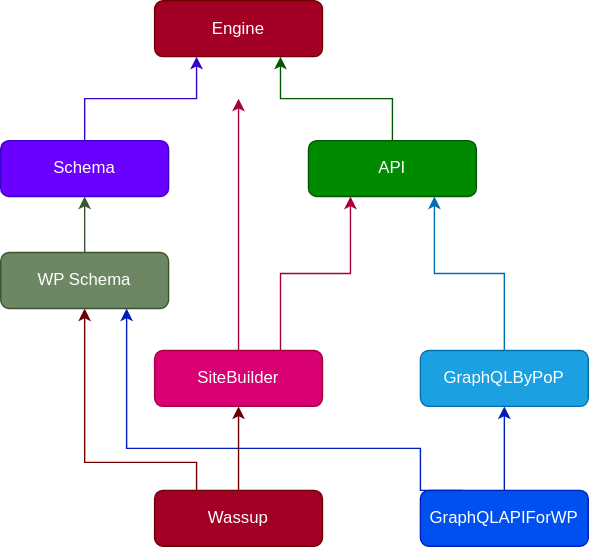
GatoGraphQL/GatoGraphQL keeps this draw.io diagram as assets/img/dependency-graph.svg. Above is the earlier version. Source tidied: cells renumbered, new cells last; positions are measured from the earlier drawing's top-left corner, leaving out a move shared by most shapes.
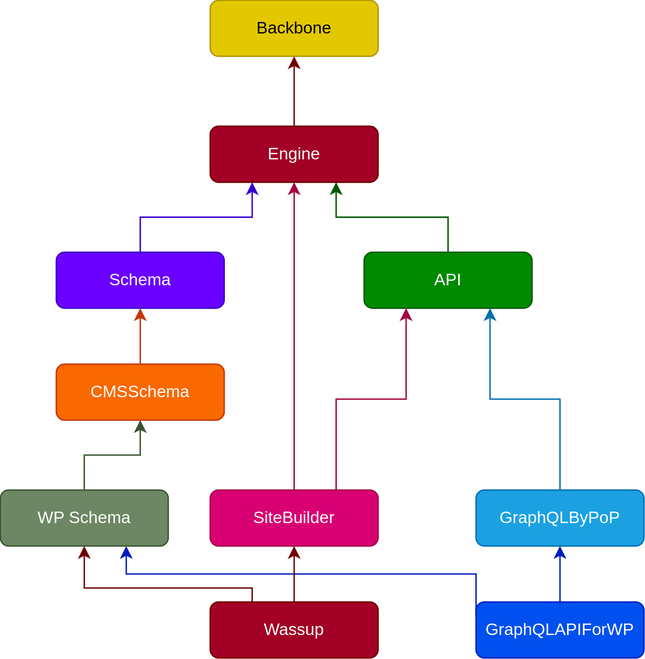
Later version of the same file.

Commit message:
Updated dependency graph

What changed in the source:
```diff
@@ -3,19 +3,19 @@
     <mxCell id="0" />
     <mxCell id="1" parent="0" />
     <mxCell id="2" value="Engine" style="rounded=1;whiteSpace=wrap;html=1;fillColor=#a20025;strokeColor=#6F0000;fontColor=#ffffff;" parent="1" vertex="1">
-      <mxGeometry x="110" width="120" height="40" as="geometry" />
+      <mxGeometry x="200" y="105" width="120" height="40" as="geometry" />
     </mxCell>
     <mxCell id="3" style="edgeStyle=orthogonalEdgeStyle;rounded=0;jettySize=auto;html=1;exitX=0.5;exitY=0;exitDx=0;exitDy=0;entryX=0.75;entryY=1;entryDx=0;entryDy=0;fillColor=#008a00;strokeColor=#005700;" parent="1" edge="1" source="4" target="2">
       <mxGeometry relative="1" as="geometry" />
     </mxCell>
     <mxCell id="4" value="API" style="rounded=1;whiteSpace=wrap;html=1;fillColor=#008a00;strokeColor=#005700;fontColor=#ffffff;" parent="1" vertex="1">
-      <mxGeometry x="220" y="100" width="120" height="40" as="geometry" />
+      <mxGeometry x="310" y="195" width="120" height="40" as="geometry" />
     </mxCell>
     <mxCell id="5" style="edgeStyle=orthogonalEdgeStyle;rounded=0;jettySize=auto;html=1;exitX=0.5;exitY=0;exitDx=0;exitDy=0;entryX=0.75;entryY=1;entryDx=0;entryDy=0;fillColor=#1ba1e2;strokeColor=#006EAF;" parent="1" edge="1" source="6" target="4">
       <mxGeometry relative="1" as="geometry" />
     </mxCell>
     <mxCell id="6" value="GraphQLByPoP" style="rounded=1;whiteSpace=wrap;html=1;fillColor=#1ba1e2;strokeColor=#006EAF;fontColor=#ffffff;" parent="1" vertex="1">
-      <mxGeometry x="300" y="250" width="120" height="40" as="geometry" />
+      <mxGeometry x="390" y="365" width="120" height="40" as="geometry" />
     </mxCell>
     <mxCell id="7" style="edgeStyle=orthogonalEdgeStyle;rounded=0;jettySize=auto;html=1;exitX=0.5;exitY=0;exitDx=0;exitDy=0;entryX=0.5;entryY=1;entryDx=0;entryDy=0;fillColor=#0050ef;strokeColor=#001DBC;" parent="1" edge="1" source="9" target="6">
       <mxGeometry relative="1" as="geometry" />
@@ -23,30 +23,30 @@
     <mxCell id="8" style="edgeStyle=orthogonalEdgeStyle;rounded=0;jettySize=auto;html=1;exitX=0.25;exitY=0;exitDx=0;exitDy=0;entryX=0.75;entryY=1;entryDx=0;entryDy=0;fillColor=#0050ef;strokeColor=#001DBC;" parent="1" edge="1" source="9" target="19">
       <mxGeometry relative="1" as="geometry">
         <Array as="points">
-          <mxPoint x="300" y="320" />
-          <mxPoint x="90" y="320" />
+          <mxPoint x="420" y="455" />
+          <mxPoint x="390" y="455" />
+          <mxPoint x="390" y="425" />
+          <mxPoint x="140" y="425" />
         </Array>
       </mxGeometry>
     </mxCell>
     <mxCell id="9" value="GraphQLAPIForWP" style="rounded=1;whiteSpace=wrap;html=1;fillColor=#0050ef;strokeColor=#001DBC;fontColor=#ffffff;" parent="1" vertex="1">
-      <mxGeometry x="300" y="350" width="120" height="40" as="geometry" />
+      <mxGeometry x="390" y="445" width="120" height="40" as="geometry" />
     </mxCell>
     <mxCell id="10" style="edgeStyle=orthogonalEdgeStyle;rounded=0;jettySize=auto;html=1;exitX=0.5;exitY=0;exitDx=0;exitDy=0;entryX=0.25;entryY=1;entryDx=0;entryDy=0;fillColor=#6a00ff;strokeColor=#3700CC;" parent="1" edge="1" source="11" target="2">
       <mxGeometry relative="1" as="geometry" />
     </mxCell>
     <mxCell id="11" value="Schema" style="rounded=1;whiteSpace=wrap;html=1;fillColor=#6a00ff;strokeColor=#3700CC;fontColor=#ffffff;" parent="1" vertex="1">
-      <mxGeometry y="100" width="120" height="40" as="geometry" />
+      <mxGeometry x="90" y="195" width="120" height="40" as="geometry" />
     </mxCell>
-    <mxCell id="12" style="edgeStyle=orthogonalEdgeStyle;rounded=0;jettySize=auto;html=1;exitX=0.5;exitY=0;exitDx=0;exitDy=0;fillColor=#d80073;strokeColor=#A50040;" parent="1" edge="1" source="14">
-      <mxGeometry relative="1" as="geometry">
-        <mxPoint x="170" y="70" as="targetPoint" />
-      </mxGeometry>
+    <mxCell id="12" style="edgeStyle=orthogonalEdgeStyle;rounded=0;jettySize=auto;html=1;exitX=0.5;exitY=0;exitDx=0;exitDy=0;fillColor=#d80073;strokeColor=#A50040;entryX=0.5;entryY=1;entryDx=0;entryDy=0;" parent="1" edge="1" source="14" target="2">
+      <mxGeometry relative="1" as="geometry" />
     </mxCell>
     <mxCell id="13" style="edgeStyle=orthogonalEdgeStyle;rounded=0;jettySize=auto;html=1;exitX=0.75;exitY=0;exitDx=0;exitDy=0;entryX=0.25;entryY=1;entryDx=0;entryDy=0;fillColor=#d80073;strokeColor=#A50040;" parent="1" edge="1" source="14" target="4">
       <mxGeometry relative="1" as="geometry" />
     </mxCell>
     <mxCell id="14" value="SiteBuilder" style="rounded=1;whiteSpace=wrap;html=1;fillColor=#d80073;strokeColor=#A50040;fontColor=#ffffff;" parent="1" vertex="1">
-      <mxGeometry x="110" y="250" width="120" height="40" as="geometry" />
+      <mxGeometry x="200" y="365" width="120" height="40" as="geometry" />
     </mxCell>
     <mxCell id="15" style="edgeStyle=orthogonalEdgeStyle;rounded=0;jettySize=auto;html=1;exitX=0.5;exitY=0;exitDx=0;exitDy=0;entryX=0.5;entryY=1;entryDx=0;entryDy=0;fillColor=#a20025;strokeColor=#6F0000;" parent="1" edge="1" source="17" target="14">
       <mxGeometry relative="1" as="geometry" />
@@ -54,19 +54,31 @@
     <mxCell id="16" style="edgeStyle=orthogonalEdgeStyle;rounded=0;jettySize=auto;html=1;exitX=0.25;exitY=0;exitDx=0;exitDy=0;entryX=0.5;entryY=1;entryDx=0;entryDy=0;fillColor=#a20025;strokeColor=#6F0000;" parent="1" edge="1" source="17" target="19">
       <mxGeometry relative="1" as="geometry">
         <Array as="points">
-          <mxPoint x="140" y="330" />
-          <mxPoint x="60" y="330" />
+          <mxPoint x="230" y="435" />
+          <mxPoint x="110" y="435" />
         </Array>
       </mxGeometry>
     </mxCell>
     <mxCell id="17" value="Wassup" style="rounded=1;whiteSpace=wrap;html=1;fillColor=#a20025;strokeColor=#6F0000;fontColor=#ffffff;" parent="1" vertex="1">
-      <mxGeometry x="110" y="350" width="120" height="40" as="geometry" />
+      <mxGeometry x="200" y="445" width="120" height="40" as="geometry" />
     </mxCell>
-    <mxCell id="18" style="edgeStyle=orthogonalEdgeStyle;rounded=0;jettySize=auto;html=1;exitX=0.5;exitY=0;exitDx=0;exitDy=0;entryX=0.5;entryY=1;entryDx=0;entryDy=0;fillColor=#6d8764;strokeColor=#3A5431;" parent="1" edge="1" source="19" target="11">
+    <mxCell id="18" style="edgeStyle=orthogonalEdgeStyle;rounded=0;jettySize=auto;html=1;exitX=0.5;exitY=0;exitDx=0;exitDy=0;entryX=0.5;entryY=1;entryDx=0;entryDy=0;fillColor=#6d8764;strokeColor=#3A5431;" parent="1" edge="1" source="19" target="20">
       <mxGeometry relative="1" as="geometry" />
     </mxCell>
     <mxCell id="19" value="WP Schema" style="rounded=1;whiteSpace=wrap;html=1;fillColor=#6d8764;strokeColor=#3A5431;fontColor=#ffffff;" parent="1" vertex="1">
-      <mxGeometry y="180" width="120" height="40" as="geometry" />
+      <mxGeometry x="50" y="365" width="120" height="40" as="geometry" />
     </mxCell>
+    <mxCell id="20" value="CMSSchema" style="rounded=1;whiteSpace=wrap;html=1;fillColor=#fa6800;strokeColor=#C73500;fontColor=#FFFFFF;" parent="1" vertex="1">
+      <mxGeometry x="90" y="275" width="120" height="40" as="geometry" />
+    </mxCell>
+    <mxCell id="21" style="edgeStyle=orthogonalEdgeStyle;rounded=0;jettySize=auto;html=1;exitX=0.5;exitY=0;exitDx=0;exitDy=0;entryX=0.5;entryY=1;entryDx=0;entryDy=0;fillColor=#fa6800;strokeColor=#C73500;" parent="1" edge="1" source="20" target="11">
+      <mxGeometry relative="1" as="geometry" />
+    </mxCell>
+    <mxCell id="22" value="Backbone" style="rounded=1;whiteSpace=wrap;html=1;fillColor=#e3c800;strokeColor=#B09500;fontColor=#000000;" parent="1" vertex="1">
+      <mxGeometry x="200" y="15" width="120" height="40" as="geometry" />
+    </mxCell>
+    <mxCell id="23" style="edgeStyle=orthogonalEdgeStyle;rounded=0;jettySize=auto;html=1;fillColor=#a20025;strokeColor=#6F0000;entryX=0.5;entryY=1;entryDx=0;entryDy=0;exitX=0.5;exitY=0;exitDx=0;exitDy=0;" parent="1" edge="1" source="2" target="22">
+      <mxGeometry relative="1" as="geometry" />
+    </mxCell>
   </root>
 </mxGraphModel>
```
